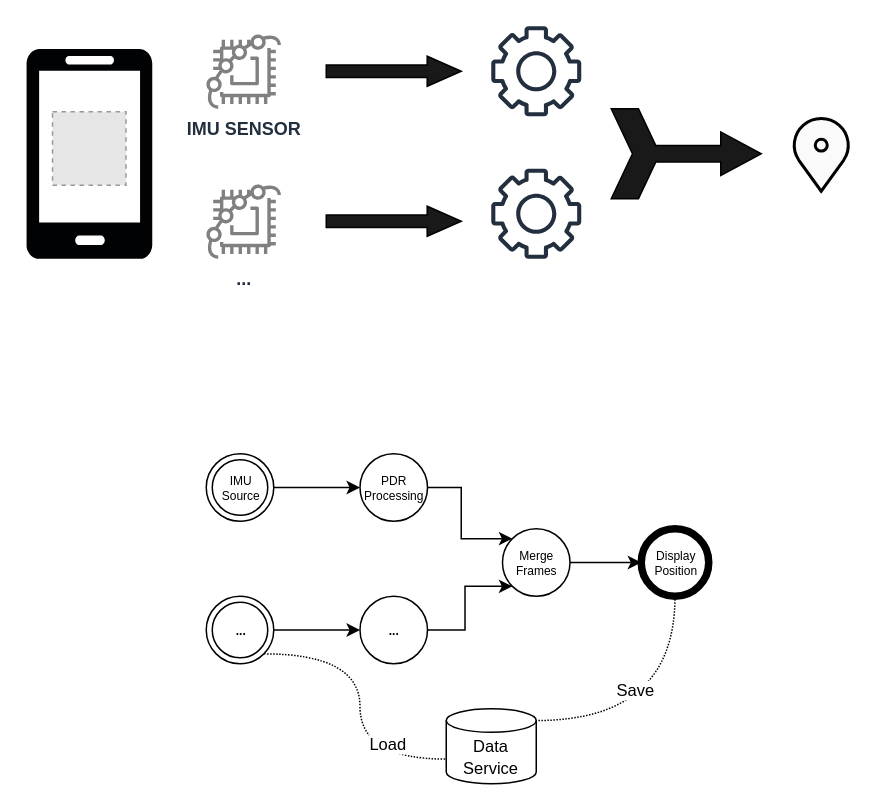
Before: page "Page-13" (13 of 20) of slides/ipin2021/images/ipin2021_slides.drawio in OpenHPS/openhps.org, a draw.io diagram. Source tidied: cells renumbered, new cells numbered last; positions are measured from the earlier drawing's top-left corner, leaving out a move shared by most shapes. Both pictures are drawn from the tidied source at 150%, with x=0, y=0 at pixel (26, 26). Pictures stored in the file or linked from it are replaced by grey dashed boxes.
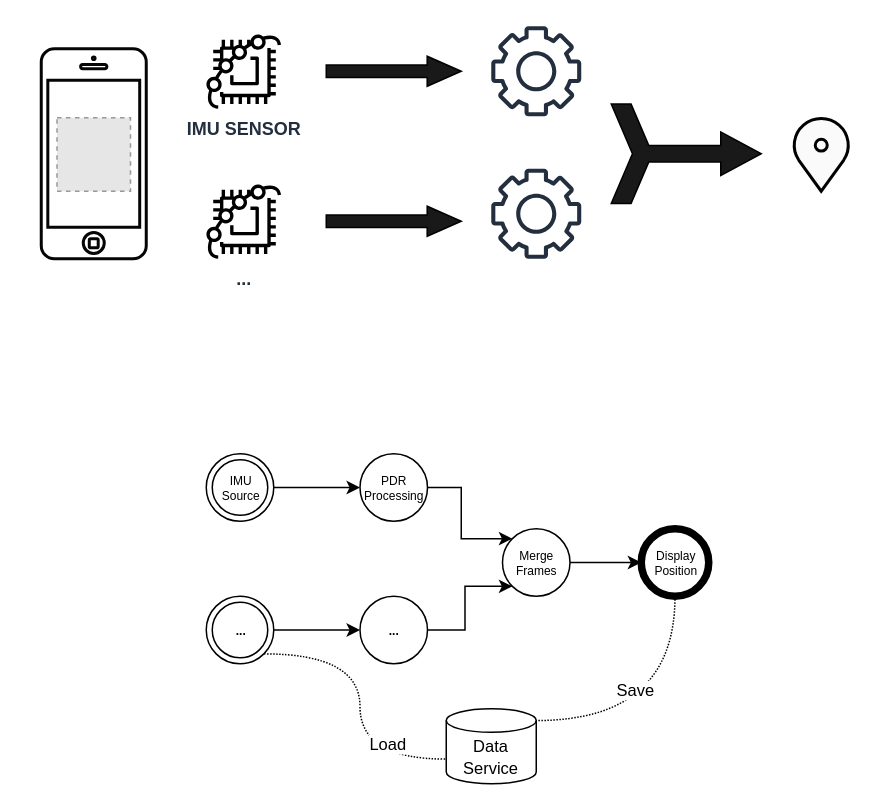
Above is the later version.

The edit, as a diff of the source:
```diff
@@
-    <mxCell id="2" value="&lt;b&gt;IMU SENSOR&lt;/b&gt;" style="sketch=0;fontColor=#232F3E;gradientColor=none;fillColor=#808080;strokeColor=none;dashed=0;verticalLabelPosition=bottom;verticalAlign=top;align=center;html=1;fontSize=12;fontStyle=0;shape=mxgraph.aws4.braket_chip;" parent="1" vertex="1">
+    <mxCell id="2" value="&lt;b&gt;IMU SENSOR&lt;/b&gt;" style="sketch=0;fontColor=#232F3E;gradientColor=none;fillColor=#000000;strokeColor=none;dashed=0;verticalLabelPosition=bottom;verticalAlign=top;align=center;html=1;fontSize=12;fontStyle=0;shape=mxgraph.aws4.braket_chip;" parent="1" vertex="1">
       <mxGeometry x="120" y="5" width="50" height="50" as="geometry" />
     </mxCell>
-    <mxCell id="3" style="group;fillColor=default;" parent="1" vertex="1">
-      <mxGeometry y="15" width="84" height="140" as="geometry" />
-    </mxCell>
-    <mxCell id="4" style="verticalLabelPosition=bottom;html=1;verticalAlign=top;align=center;strokeColor=none;fillColor=#000203;shape=mxgraph.azure.mobile;" parent="3" vertex="1">
-      <mxGeometry width="84" height="140" as="geometry" />
-    </mxCell>
-    <mxCell id="5" style="fillColor=#E6E6E6;strokeColor=#999999;dashed=1;verticalLabelPosition=bottom;labelBackgroundColor=#ffffff;verticalAlign=top;" parent="3" vertex="1">
-      <mxGeometry x="17.5" y="42" width="49" height="49" as="geometry" />
-    </mxCell>
-    <mxCell id="6" value="&lt;b&gt;...&lt;/b&gt;" style="sketch=0;fontColor=#232F3E;gradientColor=none;fillColor=#808080;strokeColor=none;dashed=0;verticalLabelPosition=bottom;verticalAlign=top;align=center;html=1;fontSize=12;fontStyle=0;shape=mxgraph.aws4.braket_chip;" parent="1" vertex="1">
+    <mxCell id="6" value="&lt;b&gt;...&lt;/b&gt;" style="sketch=0;fontColor=#232F3E;gradientColor=none;fillColor=#000000;strokeColor=none;dashed=0;verticalLabelPosition=bottom;verticalAlign=top;align=center;html=1;fontSize=12;fontStyle=0;shape=mxgraph.aws4.braket_chip;" parent="1" vertex="1">
       <mxGeometry x="120" y="105" width="50" height="50" as="geometry" />
     </mxCell>
@@
-    <mxCell id="11" style="html=1;shadow=0;dashed=0;align=center;verticalAlign=middle;shape=mxgraph.arrows2.tailedNotchedArrow;dy1=5.57;dx1=27;notch=14.14;arrowHead=9;dx2=18.14;dy2=30;fillColor=#191919;" parent="1" vertex="1">
+    <mxCell id="11" style="html=1;shadow=0;dashed=0;align=center;verticalAlign=middle;shape=mxgraph.arrows2.tailedNotchedArrow;dy1=5.57;dx1=27;notch=14.14;arrowHead=9;dx2=13.22;dy2=33.1;fillColor=#191919;" parent="1" vertex="1">
       <mxGeometry x="390" y="35" width="100" height="100" as="geometry" />
     </mxCell>
@@
+    <mxCell id="29" style="group;" parent="1" vertex="1">
+      <mxGeometry x="10" y="15" width="70" height="140" as="geometry" />
+    </mxCell>
+    <mxCell id="30" style="html=1;verticalLabelPosition=bottom;labelBackgroundColor=#ffffff;verticalAlign=top;shadow=0;dashed=0;strokeWidth=2;shape=mxgraph.ios7.misc.iphone;strokeColor=#050505;fillColor=none;" parent="29" vertex="1">
+      <mxGeometry width="70" height="140" as="geometry" />
+    </mxCell>
+    <mxCell id="31" style="fillColor=#E6E6E6;strokeColor=#999999;dashed=1;verticalLabelPosition=bottom;labelBackgroundColor=#ffffff;verticalAlign=top;" parent="29" vertex="1">
+      <mxGeometry x="10.5" y="46" width="49" height="49" as="geometry" />
+    </mxCell>
```
